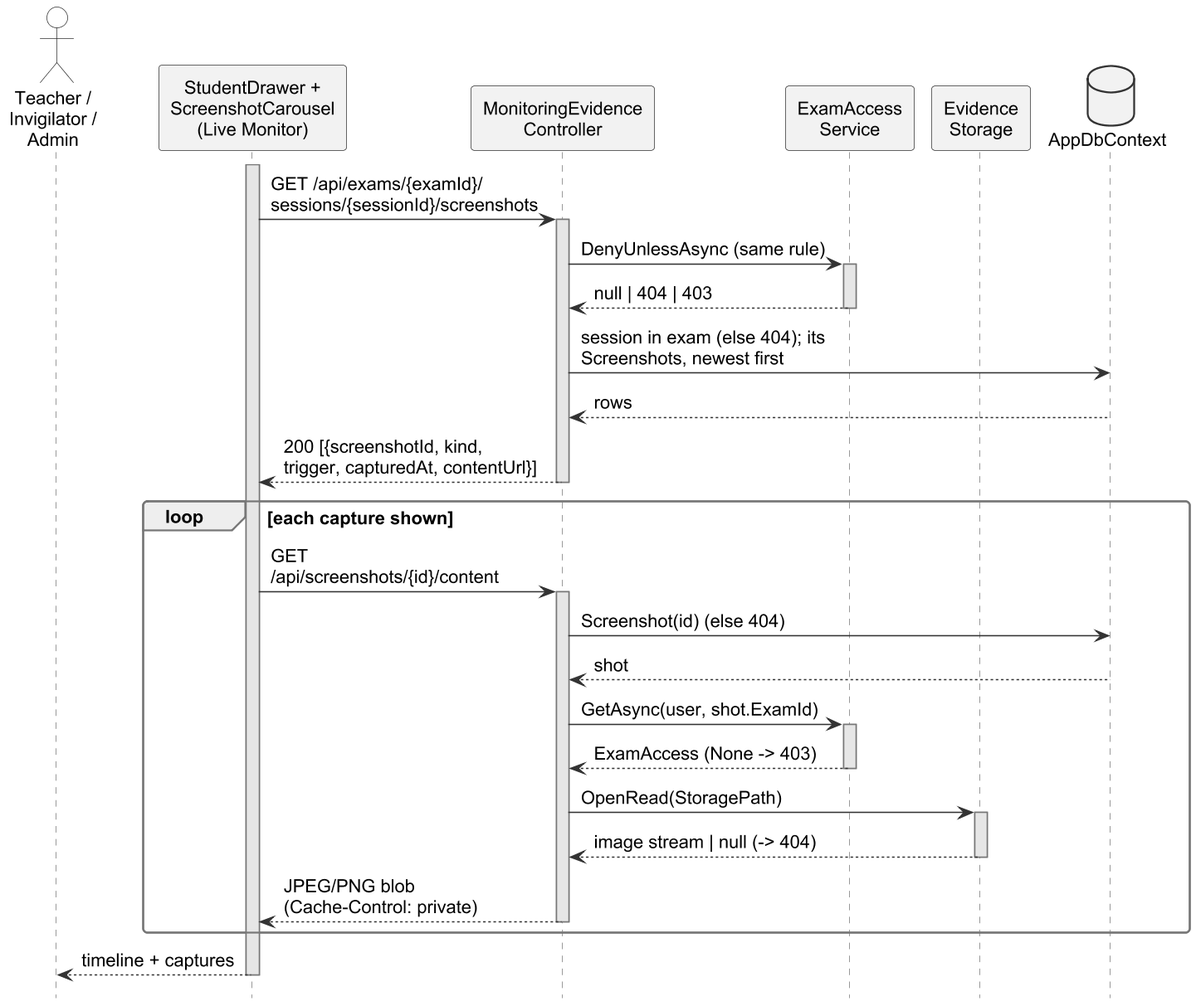
Haiderali27-hub/AI-Lab-Monitoring- keeps this PlantUML diagram as important docs/fyp_doc_3chatp/Figures/seq_view_database_b.png. Above is the earlier version.
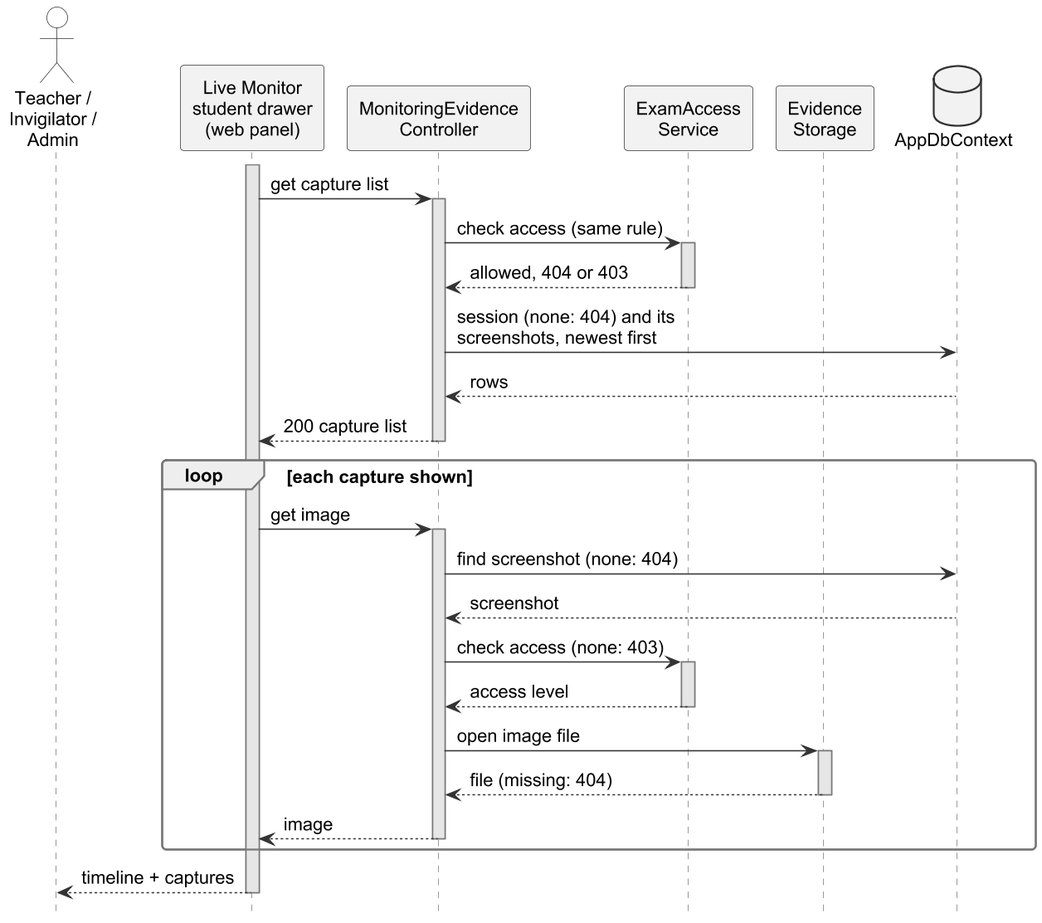
Later version of the same file.

Diff of the diagram source:
```diff
@@ -2,10 +2,10 @@
 !include style.iuml
 skinparam defaultFontSize 14
 skinparam ArrowFontSize 14
-skinparam maxMessageSize 200
+skinparam maxMessageSize 220
 hide footbox
 hide unlinked
-skinparam ParticipantPadding 2
+skinparam ParticipantPadding 4
 skinparam BoxPadding 0
 skinparam sequence {
   MessageAlign left
@@ -13,36 +13,36 @@
 }
 
 actor "Teacher /\nInvigilator /\nAdmin" as U
-participant "StudentDrawer +\nScreenshotCarousel\n(Live Monitor)" as UI
+participant "Live Monitor\nstudent drawer\n(web panel)" as UI
 participant "MonitoringEvidence\nController" as MC
 participant "ExamAccess\nService" as EA
 participant "Evidence\nStorage" as ES
 database "AppDbContext" as DB
 activate UI
-UI -> MC : GET /api/exams/{examId}/\nsessions/{sessionId}/screenshots
+UI -> MC : get capture list
 activate MC
-MC -> EA : DenyUnlessAsync (same rule)
+MC -> EA : check access (same rule)
 activate EA
-EA --> MC : null | 404 | 403
+EA --> MC : allowed, 404 or 403
 deactivate EA
-MC -> DB : session in exam (else 404); its Screenshots, newest first
+MC -> DB : session (none: 404) and its\nscreenshots, newest first
 DB --> MC : rows
-MC --> UI : 200 [{screenshotId, kind,\ntrigger, capturedAt, contentUrl}]
+MC --> UI : 200 capture list
 deactivate MC
 loop each capture shown
-  UI -> MC : GET /api/screenshots/{id}/content
+  UI -> MC : get image
   activate MC
-  MC -> DB : Screenshot(id) (else 404)
-  DB --> MC : shot
-  MC -> EA : GetAsync(user, shot.ExamId)
+  MC -> DB : find screenshot (none: 404)
+  DB --> MC : screenshot
+  MC -> EA : check access (none: 403)
   activate EA
-  EA --> MC : ExamAccess (None -> 403)
+  EA --> MC : access level
   deactivate EA
-  MC -> ES : OpenRead(StoragePath)
+  MC -> ES : open image file
   activate ES
-  ES --> MC : image stream | null (-> 404)
+  ES --> MC : file (missing: 404)
   deactivate ES
-  MC --> UI : JPEG/PNG blob\n(Cache-Control: private)
+  MC --> UI : image
   deactivate MC
 end
 UI --> U : timeline + captures
```
